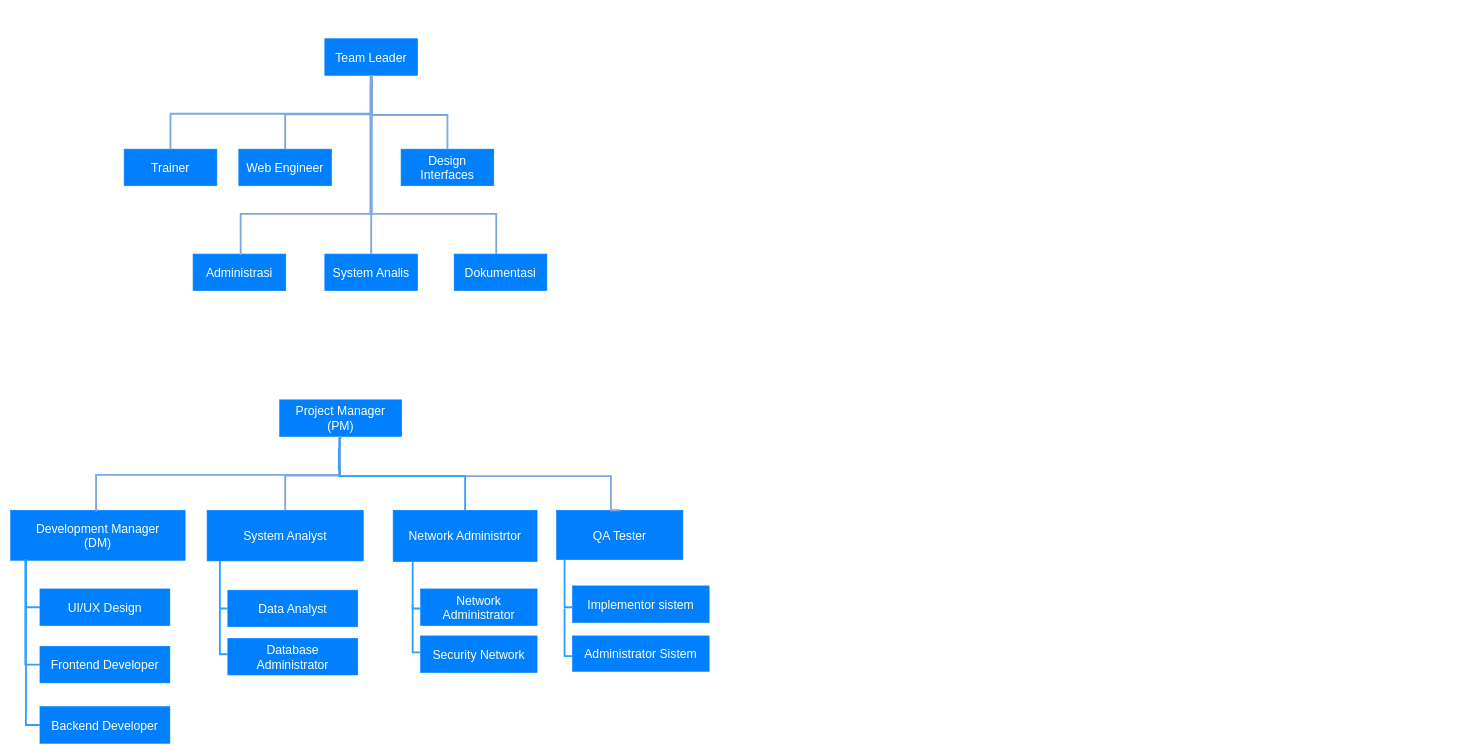
Above: Diagram Tanpa Judul.drawio in Kantrawibawa10/Draw-I-O (draw.io), before the change. Source tidied: cells renumbered, new cells numbered last; positions are measured from the earlier drawing's top-left corner, leaving out a move shared by most shapes. Both pictures are drawn from the tidied source at 61%, with x=0, y=0 at pixel (10, 38).
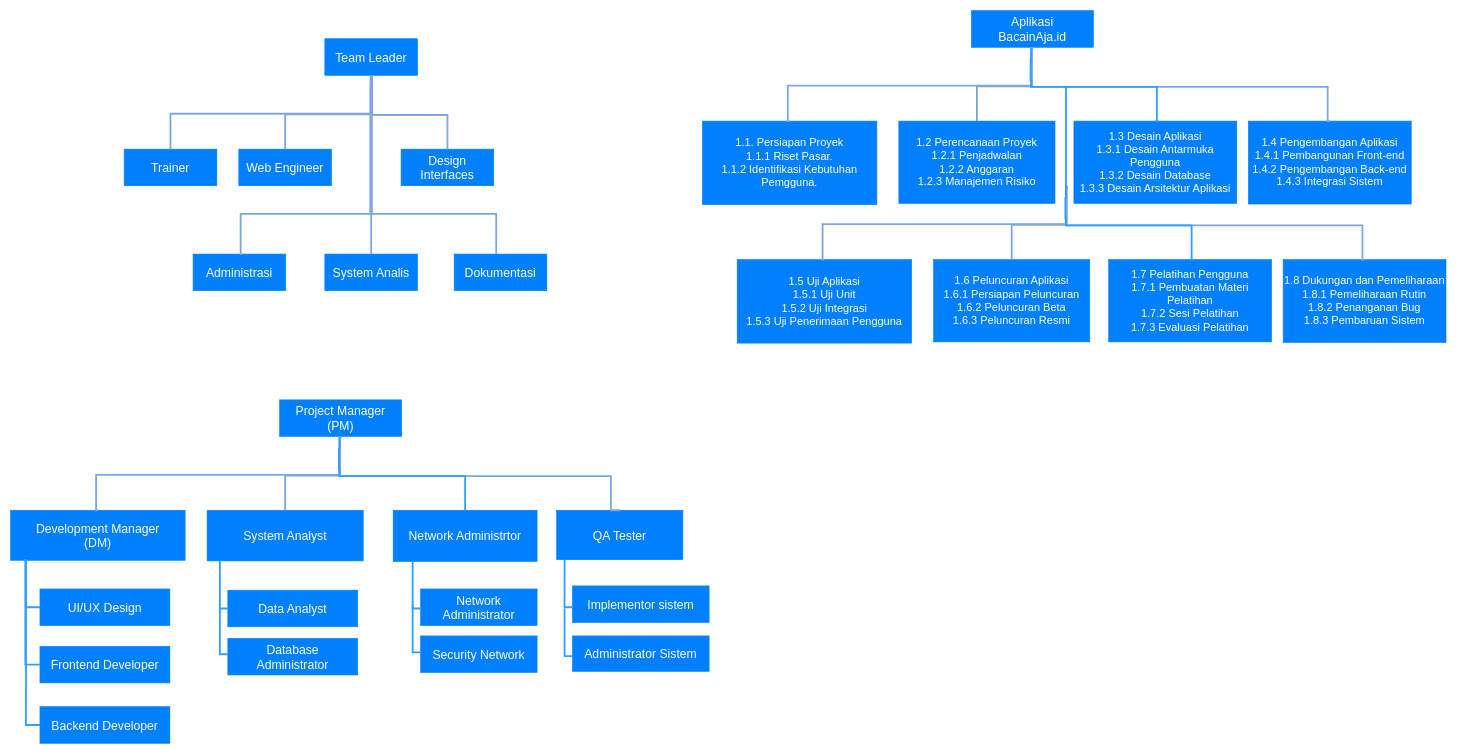
The same diagram, later.

What changed in the source:
```diff
@@
+    <mxCell id="42" value="&lt;font color=&quot;#ffffff&quot; style=&quot;font-size: 20px;&quot;&gt;Aplikasi &lt;br&gt;BacainAja.id&lt;br&gt;&lt;/font&gt;" style="rounded=0;whiteSpace=wrap;html=1;fontSize=16;fillColor=#007FFF;strokeColor=#007FFF;" parent="1" vertex="1">
+      <mxGeometry x="1575" y="-46" width="200" height="60" as="geometry" />
+    </mxCell>
+    <mxCell id="43" value="&lt;font color=&quot;#ffffff&quot; style=&quot;font-size: 18px;&quot;&gt;&lt;div&gt;1.2 Perencanaan Proyek&lt;/div&gt;&lt;div&gt;1.2.1 Penjadwalan&lt;/div&gt;&lt;div&gt;1.2.2 Anggaran&lt;/div&gt;&lt;div&gt;1.2.3 Manajemen Risiko&lt;/div&gt;&lt;/font&gt;" style="rounded=0;whiteSpace=wrap;html=1;fontSize=16;strokeColor=#007FFF;fillColor=#007FFF;" parent="1" vertex="1">
+      <mxGeometry x="1456" y="135" width="256" height="135" as="geometry" />
+    </mxCell>
+    <mxCell id="44" value="&lt;div style=&quot;font-size: 18px;&quot;&gt;&lt;font style=&quot;font-size: 18px;&quot; color=&quot;#ffffff&quot;&gt;1.4 Pengembangan Aplikasi&lt;/font&gt;&lt;/div&gt;&lt;div style=&quot;font-size: 18px;&quot;&gt;&lt;font style=&quot;font-size: 18px;&quot; color=&quot;#ffffff&quot;&gt;1.4.1 Pembangunan Front-end&lt;/font&gt;&lt;/div&gt;&lt;div style=&quot;font-size: 18px;&quot;&gt;&lt;font style=&quot;font-size: 18px;&quot; color=&quot;#ffffff&quot;&gt;1.4.2 Pengembangan Back-end&lt;/font&gt;&lt;/div&gt;&lt;div style=&quot;font-size: 18px;&quot;&gt;&lt;font style=&quot;font-size: 18px;&quot; color=&quot;#ffffff&quot;&gt;1.4.3 Integrasi Sistem&lt;/font&gt;&lt;/div&gt;" style="rounded=0;whiteSpace=wrap;html=1;fontSize=16;strokeColor=#007FFF;fillColor=#007FFF;" parent="1" vertex="1">
+      <mxGeometry x="2029" y="135" width="267" height="136" as="geometry" />
+    </mxCell>
+    <mxCell id="45" value="&lt;font color=&quot;#ffffff&quot; style=&quot;font-size: 18px;&quot;&gt;1.1. Persiapan Proyek&lt;br&gt;&lt;span style=&quot;&quot;&gt;1.1.1 Riset Pasar.&lt;br&gt;1.1.2 Identifikasi Kebutuhan Pemgguna.&lt;/span&gt;&lt;br&gt;&lt;/font&gt;" style="rounded=0;whiteSpace=wrap;html=1;fontSize=16;strokeColor=#007FFF;fillColor=#007FFF;" parent="1" vertex="1">
+      <mxGeometry x="1134" y="135" width="286" height="137" as="geometry" />
+    </mxCell>
+    <mxCell id="46" value="&lt;div style=&quot;font-size: 18px;&quot;&gt;&lt;font style=&quot;font-size: 18px;&quot; color=&quot;#ffffff&quot;&gt;1.3 Desain Aplikasi&lt;/font&gt;&lt;/div&gt;&lt;div style=&quot;font-size: 18px;&quot;&gt;&lt;font style=&quot;font-size: 18px;&quot; color=&quot;#ffffff&quot;&gt;1.3.1 Desain Antarmuka Pengguna&lt;/font&gt;&lt;/div&gt;&lt;div style=&quot;font-size: 18px;&quot;&gt;&lt;font style=&quot;font-size: 18px;&quot; color=&quot;#ffffff&quot;&gt;1.3.2 Desain Database&lt;/font&gt;&lt;/div&gt;&lt;div style=&quot;font-size: 18px;&quot;&gt;&lt;font style=&quot;font-size: 18px;&quot; color=&quot;#ffffff&quot;&gt;1.3.3 Desain Arsitektur Aplikasi&lt;/font&gt;&lt;/div&gt;" style="rounded=0;whiteSpace=wrap;html=1;fontSize=16;fillColor=#007FFF;strokeColor=#007FFF;" parent="1" vertex="1">
+      <mxGeometry x="1743" y="135" width="267" height="135" as="geometry" />
+    </mxCell>
+    <mxCell id="47" style="edgeStyle=segmentEdgeStyle;endArrow=none;html=1;rounded=0;endSize=8;startSize=8;fontSize=12;entryX=0.5;entryY=0;entryDx=0;entryDy=0;endFill=0;strokeColor=#7EA6E0;strokeWidth=3;" parent="1" edge="1" source="42" target="45">
+      <mxGeometry relative="1" as="geometry">
+        <Array as="points">
+          <mxPoint x="1674" y="77" />
+          <mxPoint x="1274" y="77" />
+          <mxPoint x="1274" y="135" />
+        </Array>
+      </mxGeometry>
+    </mxCell>
+    <mxCell id="48" style="edgeStyle=segmentEdgeStyle;endArrow=none;html=1;rounded=0;endSize=8;startSize=8;fontSize=12;exitX=0.5;exitY=1;exitDx=0;exitDy=0;entryX=0.5;entryY=0;entryDx=0;entryDy=0;endFill=0;strokeColor=#7EA6E0;strokeWidth=3;" parent="1" edge="1" source="42" target="43">
+      <mxGeometry relative="1" as="geometry">
+        <Array as="points">
+          <mxPoint x="1673" y="16" />
+          <mxPoint x="1674" y="16" />
+          <mxPoint x="1674" y="78" />
+          <mxPoint x="1532" y="78" />
+        </Array>
+      </mxGeometry>
+    </mxCell>
+    <mxCell id="49" style="edgeStyle=segmentEdgeStyle;endArrow=none;html=1;rounded=0;endSize=8;startSize=8;fontSize=12;entryX=0.5;entryY=0;entryDx=0;entryDy=0;endFill=0;strokeColor=#7EA6E0;strokeWidth=3;" parent="1" edge="1" source="42" target="44">
+      <mxGeometry relative="1" as="geometry">
+        <Array as="points">
+          <mxPoint x="1673" y="79" />
+          <mxPoint x="2159" y="79" />
+          <mxPoint x="2159" y="135" />
+        </Array>
+      </mxGeometry>
+    </mxCell>
+    <mxCell id="50" style="edgeStyle=segmentEdgeStyle;endArrow=none;html=1;rounded=0;endSize=8;startSize=8;fontSize=12;entryX=0.5;entryY=0;entryDx=0;entryDy=0;endFill=0;strokeColor=#319fff;strokeWidth=3;" parent="1" edge="1" target="46">
+      <mxGeometry relative="1" as="geometry">
+        <mxPoint x="1672" y="17" as="sourcePoint" />
+        <Array as="points">
+          <mxPoint x="1673" y="17" />
+          <mxPoint x="1673" y="34" />
+          <mxPoint x="1672" y="34" />
+          <mxPoint x="1672" y="68" />
+          <mxPoint x="1673" y="68" />
+          <mxPoint x="1673" y="79" />
+          <mxPoint x="1879" y="79" />
+        </Array>
+      </mxGeometry>
+    </mxCell>
+    <mxCell id="51" value="&lt;font style=&quot;font-size: 18px;&quot; color=&quot;#ffffff&quot;&gt;&lt;div style=&quot;&quot;&gt;1.6 Peluncuran Aplikasi&lt;/div&gt;&lt;div style=&quot;&quot;&gt;1.6.1 Persiapan Peluncuran&lt;/div&gt;&lt;div style=&quot;&quot;&gt;1.6.2 Peluncuran Beta&lt;/div&gt;&lt;div style=&quot;&quot;&gt;1.6.3 Peluncuran Resmi&lt;/div&gt;&lt;/font&gt;" style="rounded=0;whiteSpace=wrap;html=1;fontSize=16;strokeColor=#007FFF;fillColor=#007FFF;" parent="1" vertex="1">
+      <mxGeometry x="1513" y="362" width="256" height="135" as="geometry" />
+    </mxCell>
+    <mxCell id="52" value="&lt;div style=&quot;font-size: 18px;&quot;&gt;&lt;div&gt;&lt;font color=&quot;#ffffff&quot;&gt;1.8 Dukungan dan Pemeliharaan&lt;/font&gt;&lt;/div&gt;&lt;div&gt;&lt;font color=&quot;#ffffff&quot;&gt;1.8.1 Pemeliharaan Rutin&lt;/font&gt;&lt;/div&gt;&lt;div&gt;&lt;font color=&quot;#ffffff&quot;&gt;1.8.2 Penanganan Bug&lt;/font&gt;&lt;/div&gt;&lt;div&gt;&lt;font color=&quot;#ffffff&quot;&gt;1.8.3 Pembaruan Sistem&lt;/font&gt;&lt;/div&gt;&lt;/div&gt;" style="rounded=0;whiteSpace=wrap;html=1;fontSize=16;strokeColor=#007FFF;fillColor=#007FFF;" parent="1" vertex="1">
+      <mxGeometry x="2086" y="362" width="267" height="136" as="geometry" />
+    </mxCell>
+    <mxCell id="53" value="&lt;font style=&quot;font-size: 18px;&quot; color=&quot;#ffffff&quot;&gt;&lt;div style=&quot;&quot;&gt;1.5 Uji Aplikasi&lt;/div&gt;&lt;div style=&quot;&quot;&gt;1.5.1 Uji Unit&lt;/div&gt;&lt;div style=&quot;&quot;&gt;1.5.2 Uji Integrasi&lt;/div&gt;&lt;div style=&quot;&quot;&gt;1.5.3 Uji Penerimaan Pengguna&lt;/div&gt;&lt;/font&gt;" style="rounded=0;whiteSpace=wrap;html=1;fontSize=16;strokeColor=#007FFF;fillColor=#007FFF;" parent="1" vertex="1">
+      <mxGeometry x="1191" y="362" width="286" height="137" as="geometry" />
+    </mxCell>
+    <mxCell id="54" value="&lt;div style=&quot;font-size: 18px;&quot;&gt;&lt;div&gt;&lt;font color=&quot;#ffffff&quot;&gt;1.7 Pelatihan Pengguna&lt;/font&gt;&lt;/div&gt;&lt;div&gt;&lt;font color=&quot;#ffffff&quot;&gt;1.7.1 Pembuatan Materi Pelatihan&lt;/font&gt;&lt;/div&gt;&lt;div&gt;&lt;font color=&quot;#ffffff&quot;&gt;1.7.2 Sesi Pelatihan&lt;/font&gt;&lt;/div&gt;&lt;div&gt;&lt;font color=&quot;#ffffff&quot;&gt;1.7.3 Evaluasi Pelatihan&lt;/font&gt;&lt;/div&gt;&lt;/div&gt;" style="rounded=0;whiteSpace=wrap;html=1;fontSize=16;fillColor=#007FFF;strokeColor=#007FFF;" parent="1" vertex="1">
+      <mxGeometry x="1800" y="362" width="267" height="135" as="geometry" />
+    </mxCell>
+    <mxCell id="55" style="edgeStyle=segmentEdgeStyle;endArrow=none;html=1;rounded=0;endSize=8;startSize=8;fontSize=12;entryX=0.5;entryY=0;entryDx=0;entryDy=0;endFill=0;strokeColor=#7EA6E0;strokeWidth=3;" parent="1" edge="1" target="53">
+      <mxGeometry relative="1" as="geometry">
+        <mxPoint x="1731" y="241" as="sourcePoint" />
+        <Array as="points">
+          <mxPoint x="1731" y="304" />
+          <mxPoint x="1331" y="304" />
+          <mxPoint x="1331" y="362" />
+        </Array>
+      </mxGeometry>
+    </mxCell>
+    <mxCell id="56" style="edgeStyle=segmentEdgeStyle;endArrow=none;html=1;rounded=0;endSize=8;startSize=8;fontSize=12;exitX=0.5;exitY=1;exitDx=0;exitDy=0;entryX=0.5;entryY=0;entryDx=0;entryDy=0;endFill=0;strokeColor=#7EA6E0;strokeWidth=3;" parent="1" edge="1" target="51">
+      <mxGeometry relative="1" as="geometry">
+        <mxPoint x="1732" y="241" as="sourcePoint" />
+        <Array as="points">
+          <mxPoint x="1730" y="243" />
+          <mxPoint x="1731" y="243" />
+          <mxPoint x="1731" y="305" />
+          <mxPoint x="1589" y="305" />
+        </Array>
+      </mxGeometry>
+    </mxCell>
+    <mxCell id="57" style="edgeStyle=segmentEdgeStyle;endArrow=none;html=1;rounded=0;endSize=8;startSize=8;fontSize=12;entryX=0.5;entryY=0;entryDx=0;entryDy=0;endFill=0;strokeColor=#7EA6E0;strokeWidth=3;" parent="1" edge="1" target="52">
+      <mxGeometry relative="1" as="geometry">
+        <mxPoint x="1730" y="241" as="sourcePoint" />
+        <Array as="points">
+          <mxPoint x="1730" y="306" />
+          <mxPoint x="2216" y="306" />
+          <mxPoint x="2216" y="362" />
+        </Array>
+      </mxGeometry>
+    </mxCell>
+    <mxCell id="58" style="edgeStyle=segmentEdgeStyle;endArrow=none;html=1;rounded=0;endSize=8;startSize=8;fontSize=12;entryX=0.5;entryY=0;entryDx=0;entryDy=0;endFill=0;strokeColor=#319fff;strokeWidth=3;" parent="1" edge="1" target="54">
+      <mxGeometry relative="1" as="geometry">
+        <mxPoint x="1726" y="79" as="sourcePoint" />
+        <Array as="points">
+          <mxPoint x="1730" y="79" />
+          <mxPoint x="1730" y="261" />
+          <mxPoint x="1729" y="261" />
+          <mxPoint x="1729" y="295" />
+          <mxPoint x="1730" y="295" />
+          <mxPoint x="1730" y="306" />
+          <mxPoint x="1936" y="306" />
+          <mxPoint x="1936" y="362" />
+        </Array>
+      </mxGeometry>
+    </mxCell>
```
